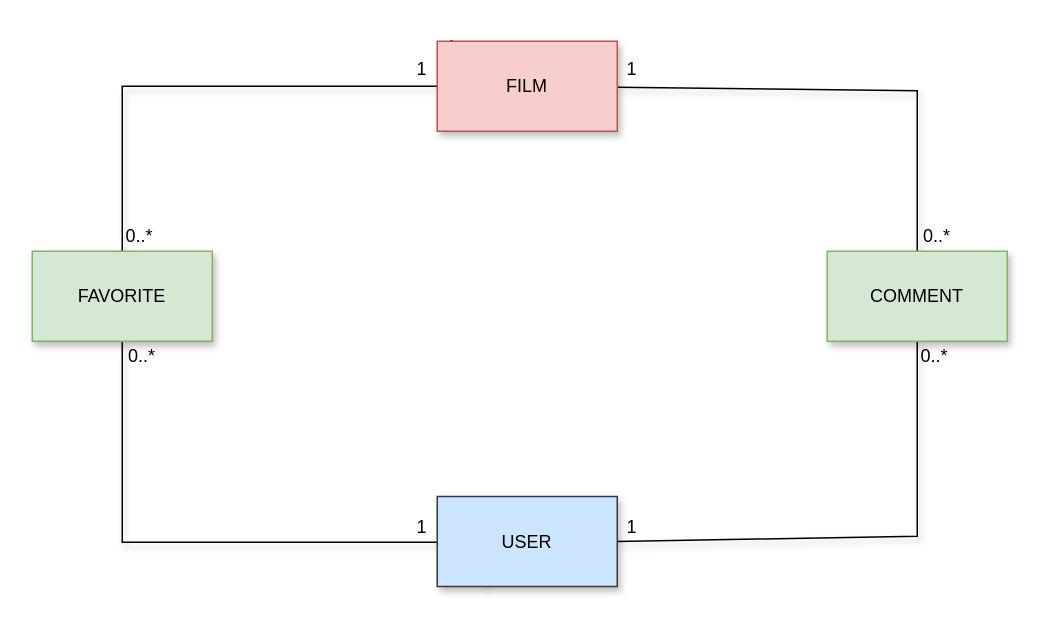
unipi-fr/LargeScaleMultiStructureDatabases keeps this draw.io diagram as Task2/Documentation/Diagrams/Class diagram.drawio. Above is the earlier version. Source tidied: cells renumbered, new cells numbered last; positions are measured from the earlier drawing's top-left corner, leaving out a move shared by most shapes. Both pictures are drawn from the tidied source at 150%, with x=0, y=0 at pixel (32, 32).
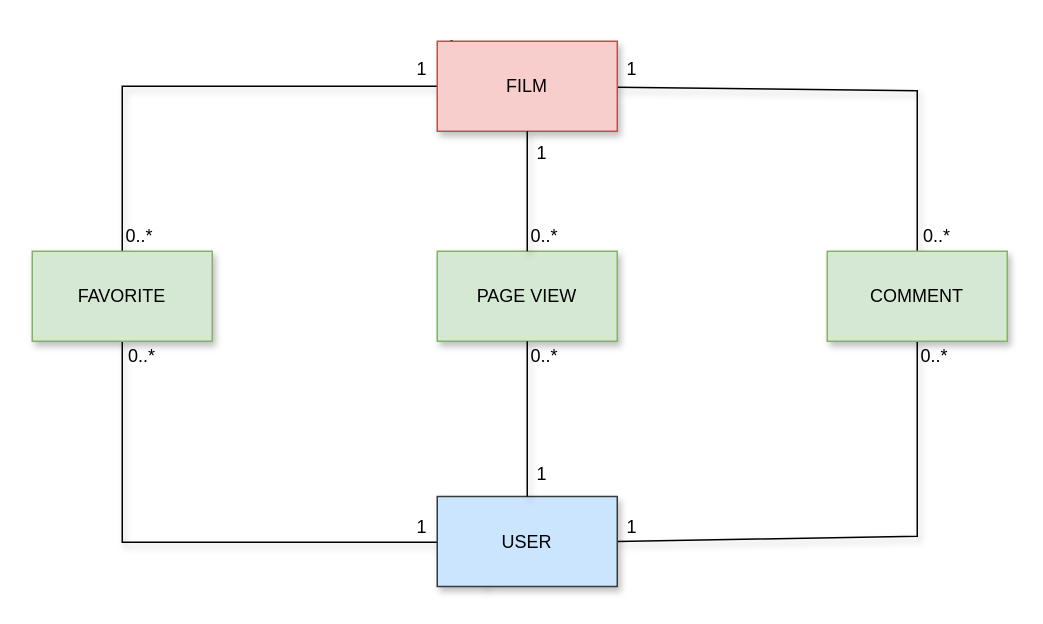
The same diagram, later.

The change refers to these unchanged cells:
```xml
<mxCell id="14" value="FILM" style="rounded=0;whiteSpace=wrap;html=1;fillColor=#f8cecc;strokeColor=#b85450;shadow=1;" parent="1" vertex="1">
  <mxGeometry x="270" y="6" width="120" height="60" as="geometry" />
</mxCell>
<mxCell id="17" value="USER" style="rounded=0;whiteSpace=wrap;html=1;fillColor=#cce5ff;strokeColor=#36393d;shadow=1;" parent="1" vertex="1">
  <mxGeometry x="270" y="309.5" width="120" height="60" as="geometry" />
</mxCell>
```

What changed in the source:
```diff
@@
+    <mxCell id="19" value="PAGE VIEW" style="rounded=0;whiteSpace=wrap;html=1;fillColor=#d5e8d4;strokeColor=#82b366;shadow=1;" parent="1" vertex="1">
+      <mxGeometry x="270" y="146" width="120" height="60" as="geometry" />
+    </mxCell>
+    <mxCell id="20" style="endArrow=none;html=1;entryX=0.5;entryY=0;entryDx=0;entryDy=0;exitX=0.5;exitY=1;exitDx=0;exitDy=0;rounded=0;shadow=1;" parent="1" edge="1" source="14" target="19">
+      <mxGeometry relative="1" as="geometry" />
+    </mxCell>
+    <mxCell id="21" style="endArrow=none;html=1;entryX=0.5;entryY=0;entryDx=0;entryDy=0;rounded=0;shadow=1;" parent="1" edge="1" source="19" target="17">
+      <mxGeometry relative="1" as="geometry" />
+    </mxCell>
+    <mxCell id="22" value="1" style="text;html=1;strokeColor=none;fillColor=none;align=center;verticalAlign=middle;whiteSpace=wrap;rounded=0;spacingTop=-10;shadow=1;" parent="1" vertex="1">
+      <mxGeometry x="320" y="76" width="40" height="20" as="geometry" />
+    </mxCell>
+    <mxCell id="23" value="1" style="text;html=1;strokeColor=none;fillColor=none;align=center;verticalAlign=middle;whiteSpace=wrap;rounded=0;spacingTop=-10;shadow=1;" parent="1" vertex="1">
+      <mxGeometry x="320" y="289.5" width="40" height="20" as="geometry" />
+    </mxCell>
+    <mxCell id="24" value="0..*&amp;nbsp; &amp;nbsp; &amp;nbsp;" style="text;html=1;strokeColor=none;fillColor=none;align=center;verticalAlign=middle;whiteSpace=wrap;rounded=0;shadow=1;" parent="1" vertex="1">
+      <mxGeometry x="330" y="126" width="40" height="20" as="geometry" />
+    </mxCell>
+    <mxCell id="25" value="0..*&amp;nbsp; &amp;nbsp; &amp;nbsp;" style="text;html=1;strokeColor=none;fillColor=none;align=center;verticalAlign=middle;whiteSpace=wrap;rounded=0;shadow=1;" parent="1" vertex="1">
+      <mxGeometry x="330" y="206" width="40" height="20" as="geometry" />
+    </mxCell>
```
